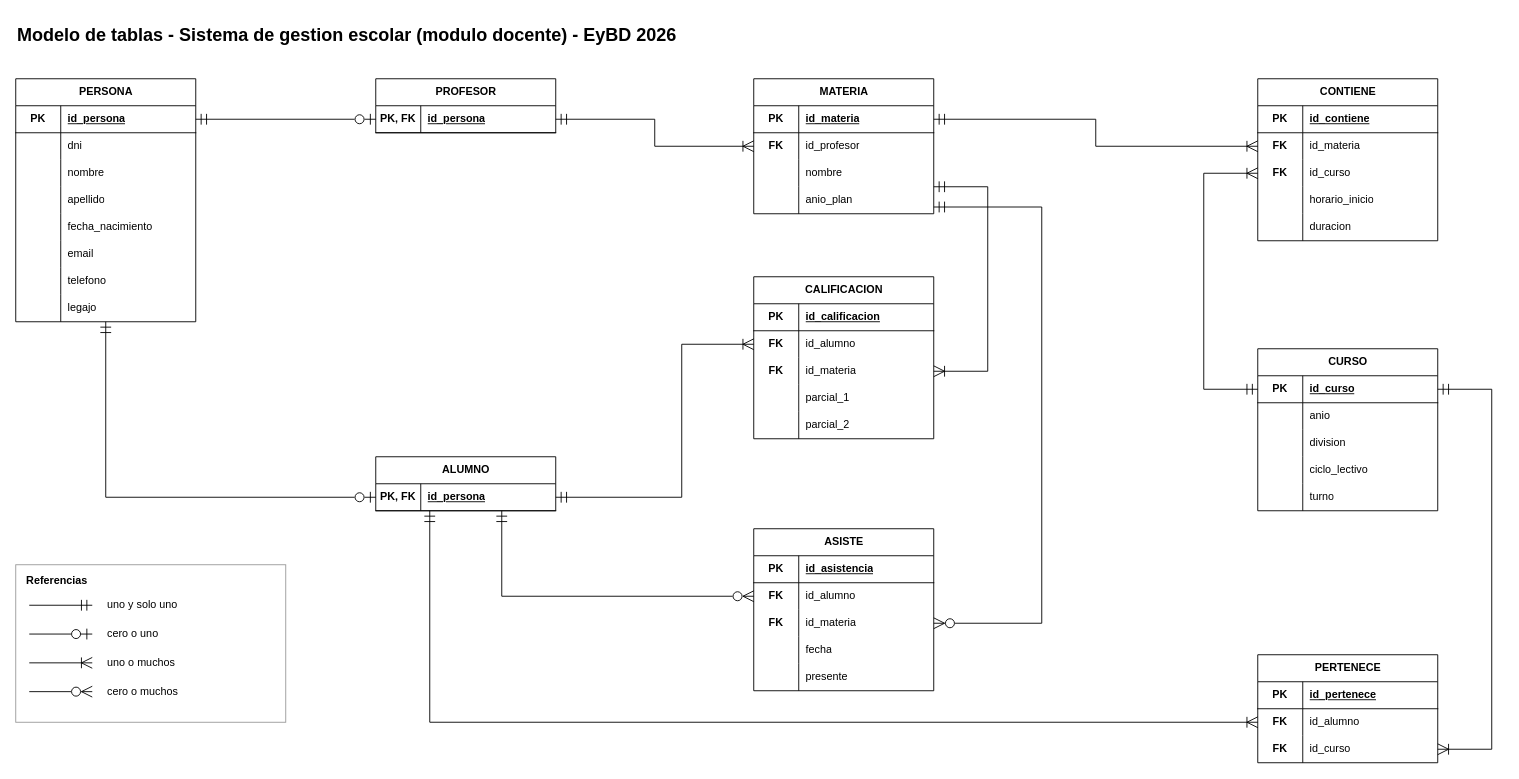
Emanuelbig/-EyBD-Proyecto-Final-Gestion-Escolar-Secundaria keeps this draw.io diagram as diagramas/modeloDeTablas_gestionEscolarSecu_EyBD_2026_V4.drawio. Above is the earlier version. Source tidied: cells renumbered, new cells numbered last; positions are measured from the earlier drawing's top-left corner, leaving out a move shared by most shapes. Both pictures are drawn from the tidied source at 90%, with x=0, y=0 at pixel (15, 15).
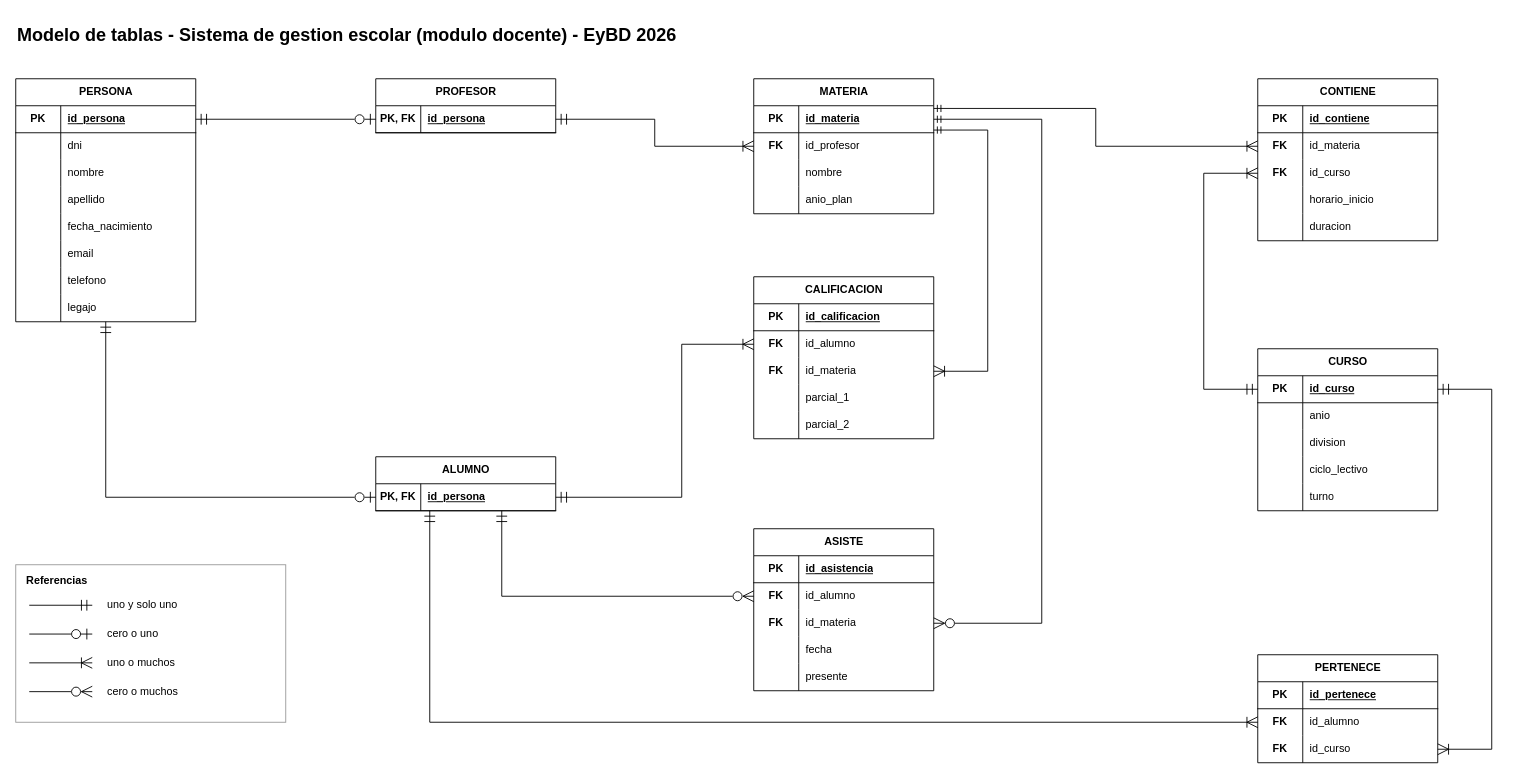
The same page after the edit.

Commit message (it also covers changes not shown here):
Acomodo las lineas de MATERIA en el modelo de tablas V4

The change refers to these unchanged cells:
```xml
<mxCell id="35" value="MATERIA" style="shape=table;startSize=30;childLayout=tableLayout;rowLines=0;fontStyle=1;align=center;html=1;" parent="1" vertex="1">
  <mxGeometry x="820" y="70" width="200" height="150" as="geometry" />
</mxCell>
<mxCell id="36" style="shape=tableRow;horizontal=0;startSize=0;swimlaneHead=0;swimlaneBody=0;fillColor=none;points=[[0,0.5],[1,0.5]];portConstraint=eastwest;top=0;left=0;right=0;bottom=1;" parent="35" vertex="1">
  <mxGeometry y="30" width="200" height="30" as="geometry" />
</mxCell>
<mxCell id="55" style="shape=tableRow;horizontal=0;startSize=0;swimlaneHead=0;swimlaneBody=0;fillColor=none;points=[[0,0.5],[1,0.5]];portConstraint=eastwest;top=0;left=0;right=0;bottom=0;" parent="48" vertex="1">
  <mxGeometry y="90" width="200" height="30" as="geometry" />
</mxCell>
<mxCell id="71" style="shape=tableRow;horizontal=0;startSize=0;swimlaneHead=0;swimlaneBody=0;fillColor=none;points=[[0,0.5],[1,0.5]];portConstraint=eastwest;top=0;left=0;right=0;bottom=0;" parent="64" vertex="1">
  <mxGeometry y="90" width="200" height="30" as="geometry" />
</mxCell>
<mxCell id="84" style="shape=tableRow;horizontal=0;startSize=0;swimlaneHead=0;swimlaneBody=0;fillColor=none;points=[[0,0.5],[1,0.5]];portConstraint=eastwest;top=0;left=0;right=0;bottom=0;" parent="80" vertex="1">
  <mxGeometry y="60" width="200" height="30" as="geometry" />
</mxCell>
```

Diff of the diagram source:
```diff
@@
-    <mxCell id="125" style="edgeStyle=orthogonalEdgeStyle;rounded=0;html=1;startArrow=ERmandOne;startFill=0;endArrow=ERoneToMany;endFill=0;startSize=10;endSize=10;exitX=1;exitY=0.5;exitDx=0;exitDy=0;entryX=0;entryY=0.5;entryDx=0;entryDy=0;" parent="1" edge="1" source="36" target="84">
+    <mxCell id="125" style="edgeStyle=orthogonalEdgeStyle;rounded=0;html=1;startArrow=ERmandOne;startFill=0;endArrow=ERoneToMany;endFill=0;startSize=6;endSize=10;exitX=1;exitY=0.1;exitDx=0;exitDy=0;entryX=0;entryY=0.5;entryDx=0;entryDy=0;" parent="1" edge="1" source="36" target="84">
       <mxGeometry relative="1" as="geometry">
         <Array as="points">
-          <mxPoint x="1200" y="115" />
+          <mxPoint x="1200" y="103" />
           <mxPoint x="1200" y="145" />
         </Array>
       </mxGeometry>
     </mxCell>
-    <mxCell id="126" style="edgeStyle=orthogonalEdgeStyle;rounded=0;html=1;startArrow=ERmandOne;startFill=0;endArrow=ERoneToMany;endFill=0;startSize=10;endSize=10;exitX=1;exitY=0.8;exitDx=0;exitDy=0;entryX=1;entryY=0.5;entryDx=0;entryDy=0;" parent="1" edge="1" source="35" target="55">
+    <mxCell id="126" style="edgeStyle=orthogonalEdgeStyle;rounded=0;html=1;startArrow=ERmandOne;startFill=0;endArrow=ERoneToMany;endFill=0;startSize=6;endSize=10;exitX=1;exitY=0.9;exitDx=0;exitDy=0;entryX=1;entryY=0.5;entryDx=0;entryDy=0;" parent="1" edge="1" source="36" target="55">
       <mxGeometry relative="1" as="geometry">
         <Array as="points">
-          <mxPoint x="1080" y="190" />
+          <mxPoint x="1080" y="127" />
           <mxPoint x="1080" y="395" />
         </Array>
       </mxGeometry>
     </mxCell>
-    <mxCell id="127" style="edgeStyle=orthogonalEdgeStyle;rounded=0;html=1;startArrow=ERmandOne;startFill=0;endArrow=ERzeroToMany;endFill=0;startSize=10;endSize=10;exitX=1;exitY=0.95;exitDx=0;exitDy=0;entryX=1;entryY=0.5;entryDx=0;entryDy=0;" parent="1" edge="1" source="35" target="71">
+    <mxCell id="127" style="edgeStyle=orthogonalEdgeStyle;rounded=0;html=1;startArrow=ERmandOne;startFill=0;endArrow=ERzeroToMany;endFill=0;startSize=6;endSize=10;exitX=1;exitY=0.5;exitDx=0;exitDy=0;entryX=1;entryY=0.5;entryDx=0;entryDy=0;" parent="1" edge="1" source="36" target="71">
       <mxGeometry relative="1" as="geometry">
         <Array as="points">
-          <mxPoint x="1140" y="212.5" />
+          <mxPoint x="1140" y="115" />
           <mxPoint x="1140" y="675" />
         </Array>
       </mxGeometry>
     </mxCell>
```
